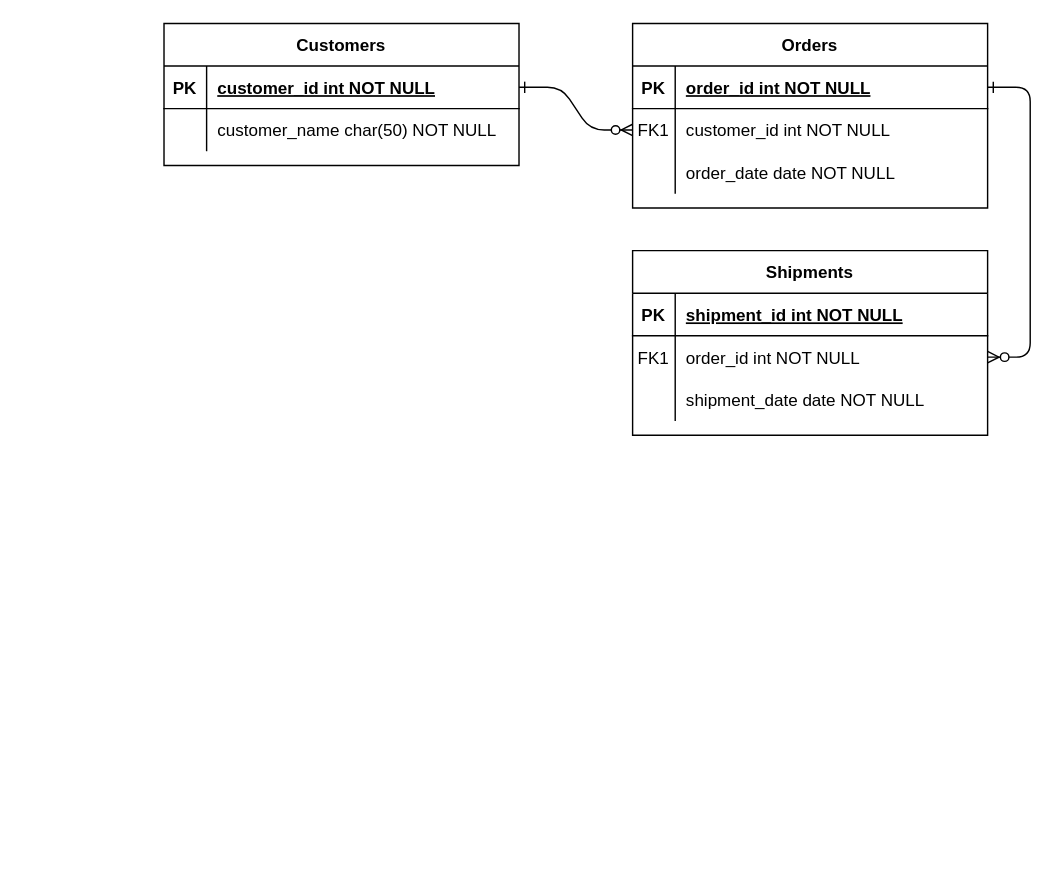
Earlier version of the draw.io diagram Untitled Diagram.drawio (lucgiffon/discorss). Source tidied: cells renumbered, new cells numbered last; positions are measured from the earlier drawing's top-left corner, leaving out a move shared by most shapes. Both pictures are drawn from the tidied source at 142%, with x=0, y=0 at pixel (163, 23).
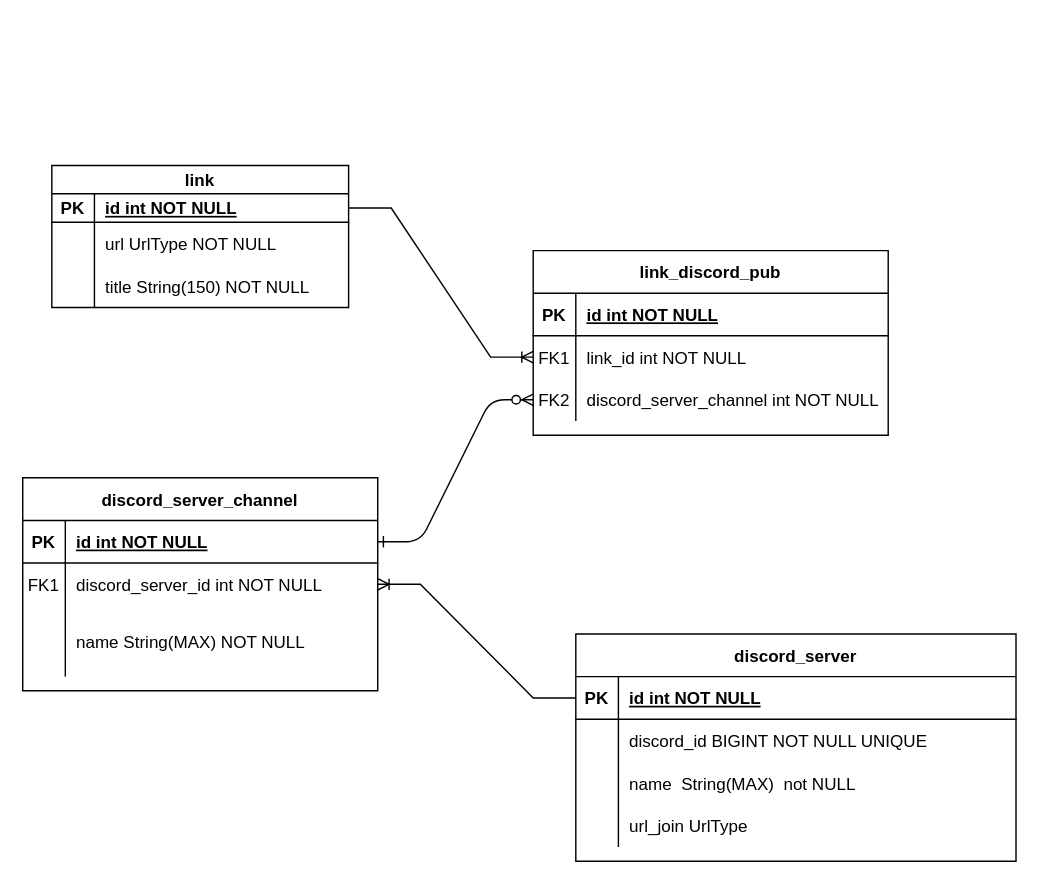
The same diagram, later.

Commit message:
full model with channel

Unchanged cells that the change refers to:
```xml
<mxCell id="15" style="shape=partialRectangle;fillColor=none;top=0;left=0;right=0;bottom=1;" parent="14" vertex="1">
  <mxGeometry y="30" width="250" height="30" as="geometry" />
</mxCell>
<mxCell id="18" style="shape=partialRectangle;fillColor=none;points=[[0,0.5],[1,0.5]];portConstraint=eastwest;top=0;left=0;right=0;bottom=0;" parent="14" vertex="1">
  <mxGeometry y="60" width="250" height="30" as="geometry" />
</mxCell>
<mxCell id="21" style="shape=partialRectangle;fillColor=none;points=[[0,0.5],[1,0.5]];portConstraint=eastwest;top=0;left=0;right=0;bottom=0;" parent="14" vertex="1">
  <mxGeometry y="90" width="250" height="30" as="geometry" />
</mxCell>
<mxCell id="25" style="shape=partialRectangle;fillColor=none;points=[[0,0.5],[1,0.5]];portConstraint=eastwest;top=0;left=0;right=0;bottom=1;" parent="24" vertex="1">
  <mxGeometry y="30" width="250" height="30" as="geometry" />
</mxCell>
```

The edit, as a diff of the source:
```diff
@@
-    <mxCell id="2" style="edgeStyle=entityRelationEdgeStyle;endArrow=ERzeroToMany;startArrow=ERone;endFill=1;startFill=0;" parent="1" edge="1" source="25" target="8">
-      <mxGeometry relative="1" as="geometry" />
-    </mxCell>
-    <mxCell id="3" style="edgeStyle=entityRelationEdgeStyle;endArrow=ERzeroToMany;startArrow=ERone;endFill=1;startFill=0;" parent="1" edge="1" source="5" target="18">
+    <mxCell id="3" style="edgeStyle=entityRelationEdgeStyle;endArrow=ERzeroToMany;startArrow=ERone;endFill=1;startFill=0;entryX=0;entryY=0.5;entryDx=0;entryDy=0;exitX=1;exitY=0.5;exitDx=0;exitDy=0;" parent="1" edge="1" source="25" target="21">
       <mxGeometry relative="1" as="geometry" />
     </mxCell>
-    <mxCell id="4" value="Orders" style="shape=table;startSize=30;childLayout=tableLayout;rowLines=0;fontStyle=1;align=center;" parent="1" vertex="1">
-      <mxGeometry x="330" width="250" height="130" as="geometry" />
+    <mxCell id="4" value="discord_server" style="shape=table;startSize=30;childLayout=tableLayout;rowLines=0;fontStyle=1;align=center;" parent="1" vertex="1">
+      <mxGeometry x="290" y="430" width="310" height="160" as="geometry" />
     </mxCell>
     <mxCell id="5" style="shape=partialRectangle;fillColor=none;points=[[0,0.5],[1,0.5]];portConstraint=eastwest;top=0;left=0;right=0;bottom=1;" parent="4" vertex="1">
-      <mxGeometry y="30" width="250" height="30" as="geometry" />
+      <mxGeometry y="30" width="310" height="30" as="geometry" />
     </mxCell>
@@
-    <mxCell id="7" value="order_id int NOT NULL " style="shape=partialRectangle;overflow=hidden;fillColor=none;top=0;left=0;bottom=0;right=0;align=left;spacingLeft=6;fontStyle=5;" parent="5" vertex="1">
-      <mxGeometry x="30" width="220" height="30" as="geometry" />
+    <mxCell id="7" value="id int NOT NULL " style="shape=partialRectangle;overflow=hidden;fillColor=none;top=0;left=0;bottom=0;right=0;align=left;spacingLeft=6;fontStyle=5;" parent="5" vertex="1">
+      <mxGeometry x="30" width="280" height="30" as="geometry" />
     </mxCell>
     <mxCell id="8" style="shape=partialRectangle;fillColor=none;points=[[0,0.5],[1,0.5]];portConstraint=eastwest;top=0;left=0;right=0;bottom=0;" parent="4" vertex="1">
-      <mxGeometry y="60" width="250" height="30" as="geometry" />
+      <mxGeometry y="60" width="310" height="30" as="geometry" />
     </mxCell>
-    <mxCell id="9" value="FK1" style="shape=partialRectangle;overflow=hidden;fillColor=none;top=0;left=0;bottom=0;right=0;" parent="8" vertex="1">
+    <mxCell id="9" style="shape=partialRectangle;overflow=hidden;fillColor=none;top=0;left=0;bottom=0;right=0;" parent="8" vertex="1">
       <mxGeometry width="30" height="30" as="geometry" />
     </mxCell>
-    <mxCell id="10" value="customer_id int NOT NULL" style="shape=partialRectangle;overflow=hidden;fillColor=none;top=0;left=0;bottom=0;right=0;align=left;spacingLeft=6;" parent="8" vertex="1">
-      <mxGeometry x="30" width="220" height="30" as="geometry" />
+    <mxCell id="10" value="discord_id BIGINT NOT NULL UNIQUE" style="shape=partialRectangle;overflow=hidden;fillColor=none;top=0;left=0;bottom=0;right=0;align=left;spacingLeft=6;" parent="8" vertex="1">
+      <mxGeometry x="30" width="280" height="30" as="geometry" />
     </mxCell>
     <mxCell id="11" style="shape=partialRectangle;fillColor=none;top=0;left=0;right=0;bottom=0;" parent="4" vertex="1">
-      <mxGeometry y="90" width="250" height="30" as="geometry" />
+      <mxGeometry y="90" width="310" height="30" as="geometry" />
     </mxCell>
@@
-    <mxCell id="13" value="order_date date NOT NULL" style="shape=partialRectangle;overflow=hidden;fillColor=none;top=0;left=0;bottom=0;right=0;align=left;spacingLeft=6;" parent="11" vertex="1">
-      <mxGeometry x="30" width="220" height="30" as="geometry" />
+    <mxCell id="13" value="name  String(MAX)  not NULL" style="shape=partialRectangle;overflow=hidden;fillColor=none;top=0;left=0;bottom=0;right=0;align=left;spacingLeft=6;" parent="11" vertex="1">
+      <mxGeometry x="30" width="280" height="30" as="geometry" />
     </mxCell>
+    <mxCell id="31" style="shape=tableRow;horizontal=0;startSize=0;swimlaneHead=0;swimlaneBody=0;fillColor=none;top=0;left=0;right=0;bottom=0;" parent="4" vertex="1">
+      <mxGeometry y="120" width="310" height="30" as="geometry" />
+    </mxCell>
+    <mxCell id="32" style="shape=partialRectangle;fillColor=none;top=0;left=0;bottom=0;right=0;overflow=hidden;" parent="31" vertex="1">
+      <mxGeometry width="30" height="30" as="geometry" />
+    </mxCell>
+    <mxCell id="33" value="url_join UrlType" style="shape=partialRectangle;fillColor=none;top=0;left=0;bottom=0;right=0;align=left;spacingLeft=6;overflow=hidden;" parent="31" vertex="1">
+      <mxGeometry x="30" width="280" height="30" as="geometry" />
+    </mxCell>
-    <mxCell id="14" value="Shipments" style="shape=table;startSize=30;childLayout=tableLayout;rowLines=0;fontStyle=1;align=center;" parent="1" vertex="1">
-      <mxGeometry x="330" y="160" width="250" height="130" as="geometry" />
+    <mxCell id="14" value="link_discord_pub" style="shape=table;startSize=30;childLayout=tableLayout;rowLines=0;fontStyle=1;align=center;" parent="1" vertex="1">
+      <mxGeometry x="260" y="160" width="250" height="130" as="geometry" />
     </mxCell>
@@
-    <mxCell id="17" value="shipment_id int NOT NULL " style="shape=partialRectangle;overflow=hidden;fillColor=none;top=0;left=0;bottom=0;right=0;align=left;spacingLeft=6;fontStyle=5;" parent="15" vertex="1">
+    <mxCell id="17" value="id int NOT NULL " style="shape=partialRectangle;overflow=hidden;fillColor=none;top=0;left=0;bottom=0;right=0;align=left;spacingLeft=6;fontStyle=5;" parent="15" vertex="1">
       <mxGeometry x="30" width="220" height="30" as="geometry" />
     </mxCell>
@@
-    <mxCell id="20" value="order_id int NOT NULL" style="shape=partialRectangle;overflow=hidden;fillColor=none;top=0;left=0;bottom=0;right=0;align=left;spacingLeft=6;" parent="18" vertex="1">
+    <mxCell id="20" value="link_id int NOT NULL" style="shape=partialRectangle;overflow=hidden;fillColor=none;top=0;left=0;bottom=0;right=0;align=left;spacingLeft=6;" parent="18" vertex="1">
       <mxGeometry x="30" width="220" height="30" as="geometry" />
     </mxCell>
@@
-    <mxCell id="22" style="shape=partialRectangle;overflow=hidden;fillColor=none;top=0;left=0;bottom=0;right=0;" parent="21" vertex="1">
+    <mxCell id="22" value="FK2" style="shape=partialRectangle;overflow=hidden;fillColor=none;top=0;left=0;bottom=0;right=0;" parent="21" vertex="1">
       <mxGeometry width="30" height="30" as="geometry" />
     </mxCell>
-    <mxCell id="23" value="shipment_date date NOT NULL" style="shape=partialRectangle;overflow=hidden;fillColor=none;top=0;left=0;bottom=0;right=0;align=left;spacingLeft=6;" parent="21" vertex="1">
+    <mxCell id="23" value="discord_server_channel int NOT NULL" style="shape=partialRectangle;overflow=hidden;fillColor=none;top=0;left=0;bottom=0;right=0;align=left;spacingLeft=6;" parent="21" vertex="1">
       <mxGeometry x="30" width="220" height="30" as="geometry" />
     </mxCell>
-    <mxCell id="24" value="Customers" style="shape=table;startSize=30;childLayout=tableLayout;rowLines=0;fontStyle=1;align=center;" parent="1" vertex="1">
-      <mxGeometry width="250" height="100" as="geometry" />
+    <mxCell id="24" value="discord_server_channel" style="shape=table;startSize=30;childLayout=tableLayout;rowLines=0;fontStyle=1;align=center;" parent="1" vertex="1">
+      <mxGeometry x="-99.5" y="320" width="250" height="150" as="geometry" />
     </mxCell>
@@
-    <mxCell id="27" value="customer_id int NOT NULL " style="shape=partialRectangle;overflow=hidden;fillColor=none;top=0;left=0;bottom=0;right=0;align=left;spacingLeft=6;fontStyle=5;" parent="25" vertex="1">
+    <mxCell id="27" value="id int NOT NULL " style="shape=partialRectangle;overflow=hidden;fillColor=none;top=0;left=0;bottom=0;right=0;align=left;spacingLeft=6;fontStyle=5;" parent="25" vertex="1">
       <mxGeometry x="30" width="220" height="30" as="geometry" />
     </mxCell>
+    <mxCell id="34" style="shape=tableRow;horizontal=0;startSize=0;swimlaneHead=0;swimlaneBody=0;fillColor=none;points=[[0,0.5],[1,0.5]];portConstraint=eastwest;top=0;left=0;right=0;bottom=0;" parent="24" vertex="1">
+      <mxGeometry y="60" width="250" height="30" as="geometry" />
+    </mxCell>
+    <mxCell id="35" value="FK1" style="shape=partialRectangle;fillColor=none;top=0;left=0;bottom=0;right=0;overflow=hidden;" parent="34" vertex="1">
+      <mxGeometry width="30" height="30" as="geometry" />
+    </mxCell>
+    <mxCell id="36" value="discord_server_id int NOT NULL" style="shape=partialRectangle;fillColor=none;top=0;left=0;bottom=0;right=0;align=left;spacingLeft=6;overflow=hidden;" parent="34" vertex="1">
+      <mxGeometry x="30" width="220" height="30" as="geometry" />
+    </mxCell>
     <mxCell id="28" style="shape=partialRectangle;fillColor=none;top=0;left=0;right=0;bottom=0;" parent="24" vertex="1">
-      <mxGeometry y="60" width="250" height="30" as="geometry" />
+      <mxGeometry y="90" width="250" height="50" as="geometry" />
     </mxCell>
     <mxCell id="29" style="shape=partialRectangle;overflow=hidden;fillColor=none;top=0;left=0;bottom=0;right=0;" parent="28" vertex="1">
-      <mxGeometry width="30" height="30" as="geometry" />
+      <mxGeometry width="30" height="50" as="geometry" />
     </mxCell>
-    <mxCell id="30" value="customer_name char(50) NOT NULL" style="shape=partialRectangle;overflow=hidden;fillColor=none;top=0;left=0;bottom=0;right=0;align=left;spacingLeft=6;" parent="28" vertex="1">
-      <mxGeometry x="30" width="220" height="30" as="geometry" />
+    <mxCell id="30" value="name String(MAX) NOT NULL" style="shape=partialRectangle;overflow=hidden;fillColor=none;top=0;left=0;bottom=0;right=0;align=left;spacingLeft=6;" parent="28" vertex="1">
+      <mxGeometry x="30" width="220" height="50" as="geometry" />
     </mxCell>
+    <mxCell id="37" style="edgeStyle=entityRelationEdgeStyle;fontSize=12;html=1;endArrow=ERoneToMany;rounded=0;entryX=1;entryY=0.5;entryDx=0;entryDy=0;exitX=0;exitY=0.5;exitDx=0;exitDy=0;" parent="1" edge="1" source="5" target="34">
+      <mxGeometry relative="1" as="geometry" />
+    </mxCell>
+    <mxCell id="38" value="link" style="shape=table;startSize=20;childLayout=tableLayout;rowLines=0;fontStyle=1;align=center;" parent="1" vertex="1">
+      <mxGeometry x="-79" y="100" width="209" height="100" as="geometry" />
+    </mxCell>
+    <mxCell id="39" style="shape=tableRow;horizontal=0;startSize=0;swimlaneHead=0;swimlaneBody=0;fillColor=none;points=[[0,0.5],[1,0.5]];portConstraint=eastwest;top=0;left=0;right=0;bottom=1;" parent="38" vertex="1">
+      <mxGeometry y="20" width="209" height="20" as="geometry" />
+    </mxCell>
+    <mxCell id="40" value="PK" style="shape=partialRectangle;fillColor=none;top=0;left=0;bottom=0;right=0;fontStyle=1;overflow=hidden;" parent="39" vertex="1">
+      <mxGeometry width="30" height="20" as="geometry" />
+    </mxCell>
+    <mxCell id="41" value="id int NOT NULL" style="shape=partialRectangle;fillColor=none;top=0;left=0;bottom=0;right=0;align=left;spacingLeft=6;fontStyle=5;overflow=hidden;" parent="39" vertex="1">
+      <mxGeometry x="30" width="179" height="20" as="geometry" />
+    </mxCell>
+    <mxCell id="42" style="shape=tableRow;horizontal=0;startSize=0;swimlaneHead=0;swimlaneBody=0;fillColor=none;top=0;left=0;right=0;bottom=0;" parent="38" vertex="1">
+      <mxGeometry y="40" width="209" height="30" as="geometry" />
+    </mxCell>
+    <mxCell id="43" style="shape=partialRectangle;fillColor=none;top=0;left=0;bottom=0;right=0;overflow=hidden;" parent="42" vertex="1">
+      <mxGeometry width="30" height="30" as="geometry" />
+    </mxCell>
+    <mxCell id="44" value="url UrlType NOT NULL " style="shape=partialRectangle;fillColor=none;top=0;left=0;bottom=0;right=0;align=left;spacingLeft=6;overflow=hidden;" parent="42" vertex="1">
+      <mxGeometry x="30" width="179" height="30" as="geometry" />
+    </mxCell>
+    <mxCell id="45" style="shape=tableRow;horizontal=0;startSize=0;swimlaneHead=0;swimlaneBody=0;fillColor=none;top=0;left=0;right=0;bottom=0;" parent="38" vertex="1">
+      <mxGeometry y="70" width="209" height="30" as="geometry" />
+    </mxCell>
+    <mxCell id="46" style="shape=partialRectangle;fillColor=none;top=0;left=0;bottom=0;right=0;overflow=hidden;" parent="45" vertex="1">
+      <mxGeometry width="30" height="30" as="geometry" />
+    </mxCell>
+    <mxCell id="47" value="title String(150) NOT NULL" style="shape=partialRectangle;fillColor=none;top=0;left=0;bottom=0;right=0;align=left;spacingLeft=6;overflow=hidden;" parent="45" vertex="1">
+      <mxGeometry x="30" width="179" height="30" as="geometry" />
+    </mxCell>
+    <mxCell id="48" style="edgeStyle=entityRelationEdgeStyle;fontSize=12;html=1;endArrow=ERoneToMany;rounded=0;exitX=1;exitY=0.5;exitDx=0;exitDy=0;entryX=0;entryY=0.5;entryDx=0;entryDy=0;" parent="1" edge="1" source="39" target="18">
+      <mxGeometry relative="1" as="geometry" />
+    </mxCell>
```
